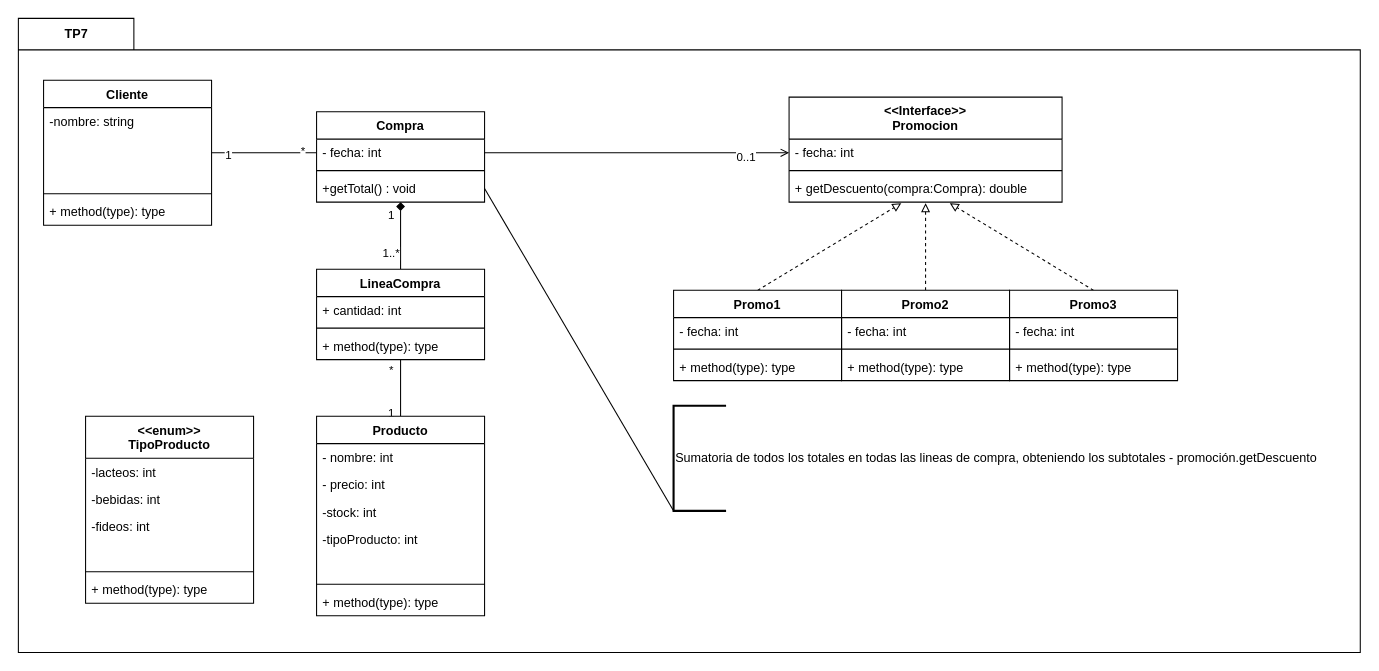
This is bin/TP7/diagrama.drawio from NickTTD/POO-Grupo13-2023, a draw.io file, before an edit. Source tidied: cells renumbered, new cells numbered last; positions are measured from the earlier drawing's top-left corner, leaving out a move shared by most shapes. Both pictures are drawn from the tidied source at 105%, with x=0, y=0 at pixel (18, 18).
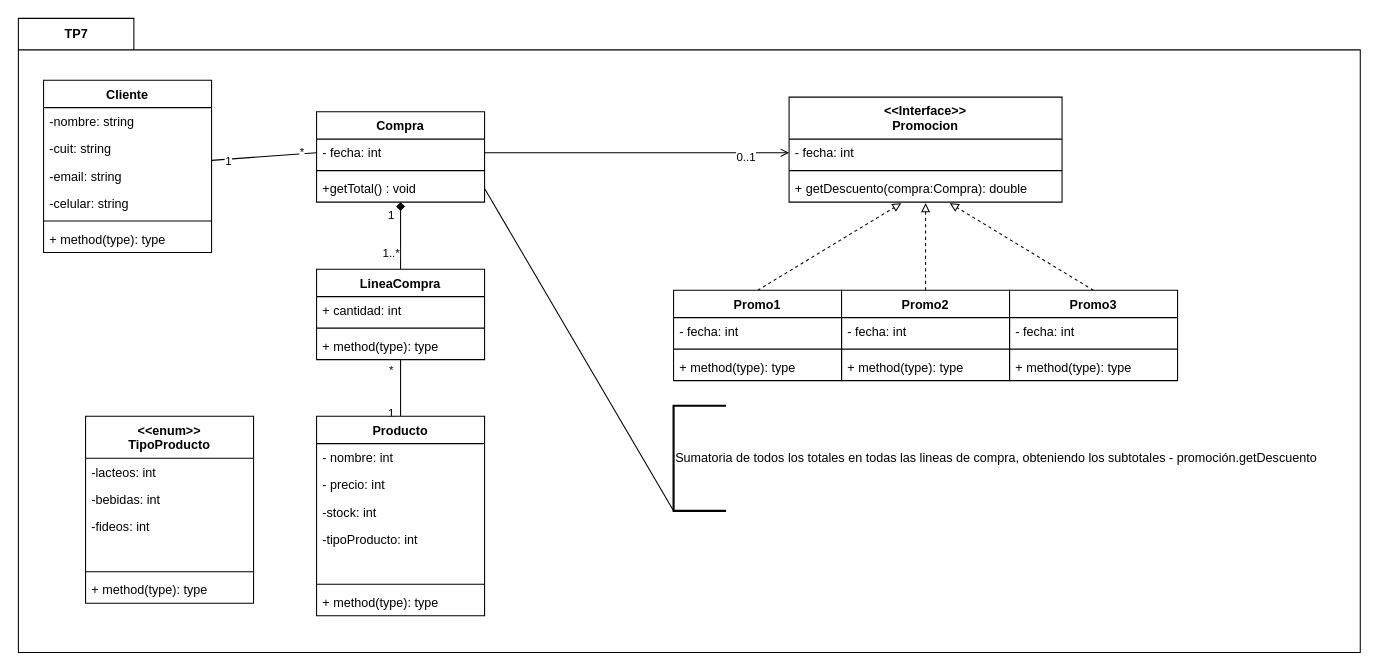
The same page after the edit.

What changed in the source:
```diff
@@
     <mxCell id="6" value="Cliente" style="swimlane;fontStyle=1;align=center;verticalAlign=top;horizontal=1;startSize=26;" parent="1" vertex="1">
-      <mxGeometry x="24" y="59" width="160" height="138" as="geometry" />
+      <mxGeometry x="24" y="59" width="160" height="164" as="geometry" />
     </mxCell>
@@
-    <mxCell id="8" style="text;strokeColor=none;fillColor=none;align=left;verticalAlign=top;spacingLeft=4;spacingRight=4;overflow=hidden;" parent="6" vertex="1">
+    <mxCell id="8" value="-cuit: string" style="text;strokeColor=none;fillColor=none;align=left;verticalAlign=top;spacingLeft=4;spacingRight=4;overflow=hidden;" parent="6" vertex="1">
       <mxGeometry y="52" width="160" height="26" as="geometry" />
     </mxCell>
-    <mxCell id="9" style="text;strokeColor=none;fillColor=none;align=left;verticalAlign=top;spacingLeft=4;spacingRight=4;overflow=hidden;" parent="6" vertex="1">
+    <mxCell id="9" value="-email: string" style="text;strokeColor=none;fillColor=none;align=left;verticalAlign=top;spacingLeft=4;spacingRight=4;overflow=hidden;" parent="6" vertex="1">
       <mxGeometry y="78" width="160" height="26" as="geometry" />
     </mxCell>
+    <mxCell id="64" value="-celular: string" style="text;strokeColor=none;fillColor=none;align=left;verticalAlign=top;spacingLeft=4;spacingRight=4;overflow=hidden;" parent="6" vertex="1">
+      <mxGeometry y="104" width="160" height="26" as="geometry" />
+    </mxCell>
     <mxCell id="10" style="line;strokeWidth=1;fillColor=none;align=left;verticalAlign=middle;spacingTop=-1;spacingLeft=3;spacingRight=3;labelPosition=right;strokeColor=inherit;" parent="6" vertex="1">
-      <mxGeometry y="104" width="160" height="8" as="geometry" />
+      <mxGeometry y="130" width="160" height="8" as="geometry" />
     </mxCell>
     <mxCell id="11" value="+ method(type): type" style="text;strokeColor=none;fillColor=none;align=left;verticalAlign=top;spacingLeft=4;spacingRight=4;overflow=hidden;" parent="6" vertex="1">
-      <mxGeometry y="112" width="160" height="26" as="geometry" />
+      <mxGeometry y="138" width="160" height="26" as="geometry" />
     </mxCell>
```
